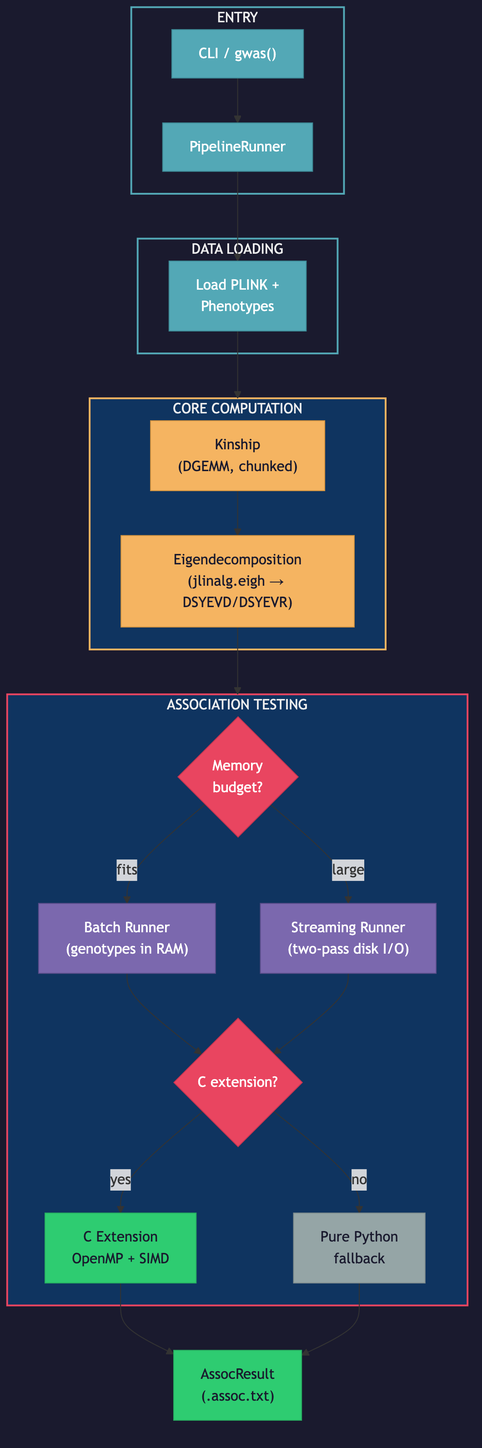
Above: docs/architecture.png in michael-denyer/jamma (Mermaid), before the change. Its source is kept beside it as docs/architecture.mmd. Its diagram source:
```mermaid
flowchart TD
    subgraph ENTRY["ENTRY"]
        CLI["CLI / gwas()"]
        PIPE["PipelineRunner"]
        CLI --> PIPE
    end

    subgraph IO["DATA LOADING"]
        LOAD["Load PLINK +<br/>Phenotypes"]
    end

    subgraph CORE["CORE COMPUTATION"]
        KIN["Kinship<br/>(DGEMM, chunked)"]
        EIG["Eigendecomposition<br/>(jlinalg.eigh → DSYEVD/DSYEVR)"]
        KIN --> EIG
    end

    subgraph ASSOC["ASSOCIATION TESTING"]
        MEM{"Memory<br/>budget?"}
        NP["Batch Runner<br/>(genotypes in RAM)"]
        NPS["Streaming Runner<br/>(two-pass disk I/O)"]
        CEXT{"C extension?"}
        C["C Extension<br/>OpenMP + SIMD"]
        PY["Pure Python<br/>fallback"]
        MEM -->|fits| NP
        MEM -->|large| NPS
        NP --> CEXT
        NPS --> CEXT
        CEXT -->|yes| C
        CEXT -->|no| PY
    end

    RES["AssocResult<br/>(.assoc.txt)"]

    PIPE --> LOAD --> CORE
    EIG --> ASSOC
    C --> RES
    PY --> RES

    style ENTRY fill:#1a1a2e,stroke:#53a8b6,color:#eee,stroke-width:2px
    style IO fill:#1a1a2e,stroke:#53a8b6,color:#eee,stroke-width:2px
    style CORE fill:#0f3460,stroke:#f5b461,color:#eee,stroke-width:2px
    style ASSOC fill:#0f3460,stroke:#e94560,color:#eee,stroke-width:2px

    style CLI fill:#53a8b6,stroke:#3d8a96,color:#fff
    style PIPE fill:#53a8b6,stroke:#3d8a96,color:#fff
    style LOAD fill:#53a8b6,stroke:#3d8a96,color:#fff

    style KIN fill:#f5b461,stroke:#d4943f,color:#1a1a2e
    style EIG fill:#f5b461,stroke:#d4943f,color:#1a1a2e

    style MEM fill:#e94560,stroke:#c73550,color:#fff
    style NP fill:#7b68ae,stroke:#5a4d8a,color:#fff
    style NPS fill:#7b68ae,stroke:#5a4d8a,color:#fff
    style CEXT fill:#e94560,stroke:#c73550,color:#fff
    style C fill:#2ecc71,stroke:#27ae60,color:#1a1a2e
    style PY fill:#95a5a6,stroke:#7f8c8d,color:#1a1a2e

    style RES fill:#2ecc71,stroke:#27ae60,color:#1a1a2e
```
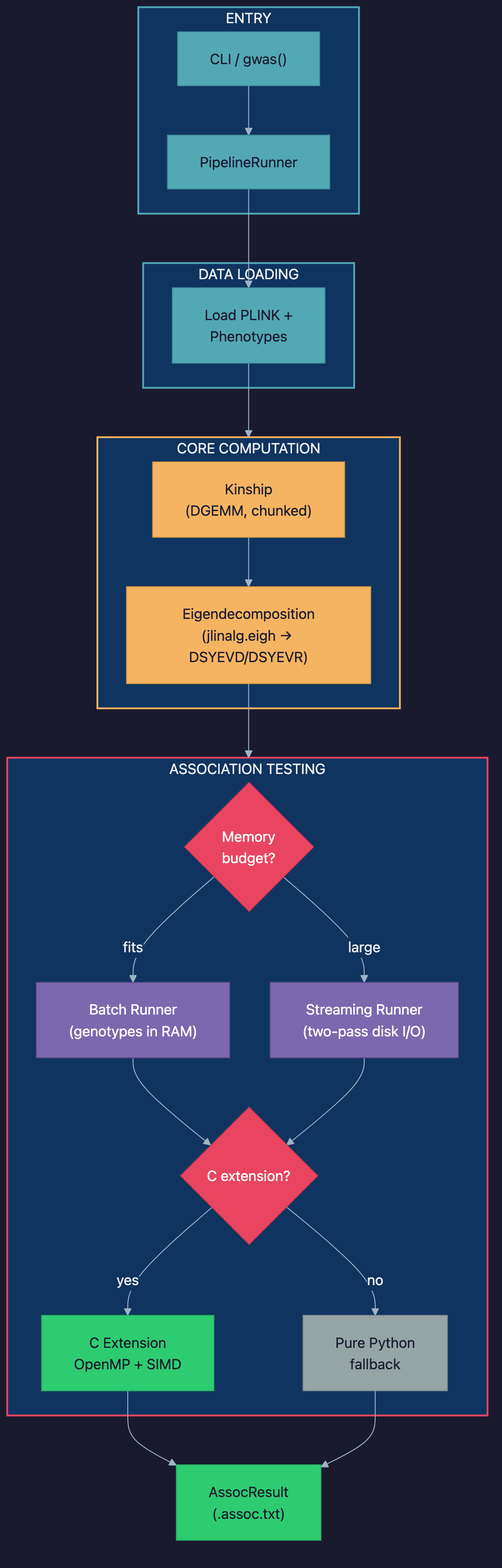
Later version of the same file.

Commit message:
Fix the rendered architecture diagram's arrows, labels and contrast

The edit, as a diff of the source:
```diff
@@ -37,14 +37,14 @@
     C --> RES
     PY --> RES
 
-    style ENTRY fill:#1a1a2e,stroke:#53a8b6,color:#eee,stroke-width:2px
-    style IO fill:#1a1a2e,stroke:#53a8b6,color:#eee,stroke-width:2px
+    style ENTRY fill:#0f3460,stroke:#53a8b6,color:#eee,stroke-width:2px
+    style IO fill:#0f3460,stroke:#53a8b6,color:#eee,stroke-width:2px
     style CORE fill:#0f3460,stroke:#f5b461,color:#eee,stroke-width:2px
     style ASSOC fill:#0f3460,stroke:#e94560,color:#eee,stroke-width:2px
 
-    style CLI fill:#53a8b6,stroke:#3d8a96,color:#fff
-    style PIPE fill:#53a8b6,stroke:#3d8a96,color:#fff
-    style LOAD fill:#53a8b6,stroke:#3d8a96,color:#fff
+    style CLI fill:#53a8b6,stroke:#3d8a96,color:#1a1a2e
+    style PIPE fill:#53a8b6,stroke:#3d8a96,color:#1a1a2e
+    style LOAD fill:#53a8b6,stroke:#3d8a96,color:#1a1a2e
 
     style KIN fill:#f5b461,stroke:#d4943f,color:#1a1a2e
     style EIG fill:#f5b461,stroke:#d4943f,color:#1a1a2e
```
